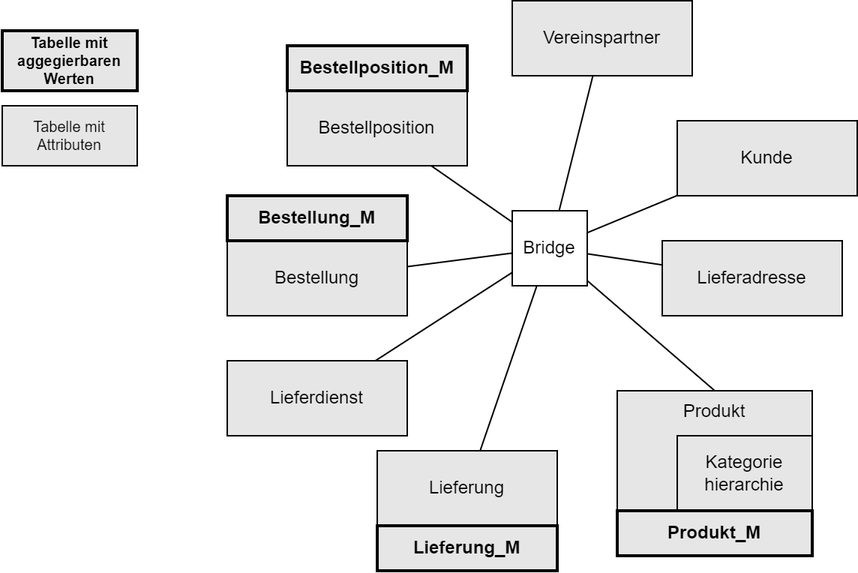
Earlier version of the draw.io export USS_abbildung/img/USS_for_willibald.drawio.png (mattywausb/Willibald-Data). Source tidied: cells renumbered, new cells last; positions are measured from the earlier drawing's top-left corner, leaving out a move shared by most shapes.
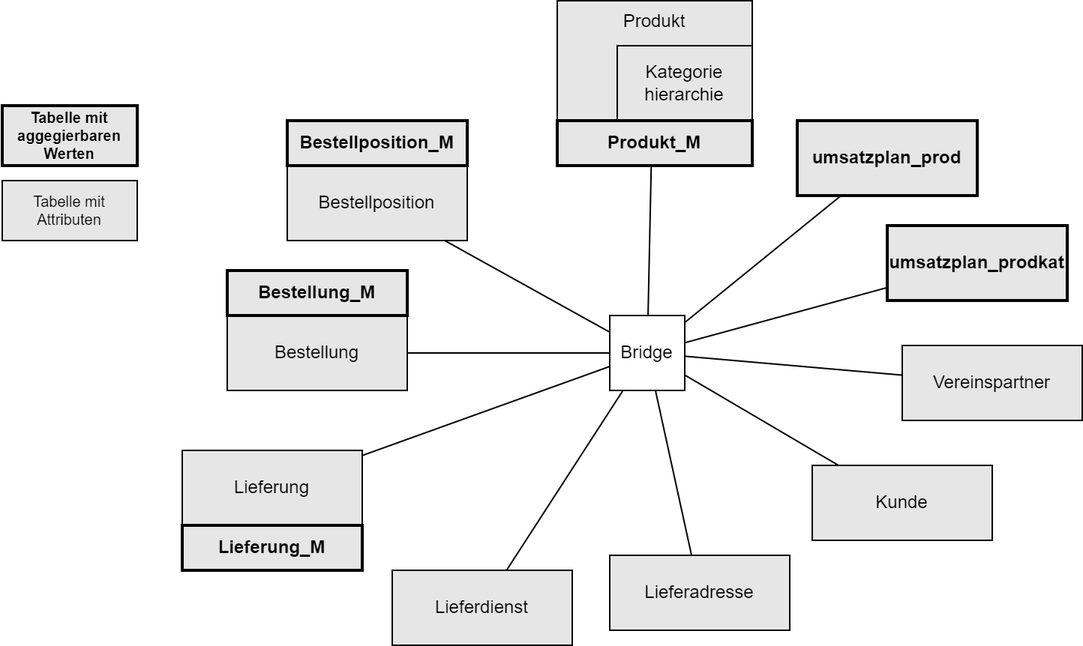
The same diagram one commit later.

Commit message:
Diagramme anagepasst

Change to the diagram source:
```diff
@@ -14,8 +14,14 @@
     <mxCell id="5" style="edgeStyle=none;shape=connector;rounded=0;jettySize=auto;html=1;strokeColor=default;align=center;verticalAlign=middle;fontFamily=Helvetica;fontSize=11;fontColor=default;labelBackgroundColor=default;endArrow=none;endFill=0;entryX=0.5;entryY=0;entryDx=0;entryDy=0;" parent="1" edge="1" source="6" target="14">
       <mxGeometry relative="1" as="geometry" />
     </mxCell>
+    <mxCell id="26" style="edgeStyle=none;shape=connector;rounded=0;jettySize=auto;html=1;strokeColor=default;align=center;verticalAlign=middle;fontFamily=Helvetica;fontSize=11;fontColor=default;labelBackgroundColor=default;endArrow=none;endFill=0;" parent="1" edge="1" source="6" target="29">
+      <mxGeometry relative="1" as="geometry" />
+    </mxCell>
+    <mxCell id="27" style="edgeStyle=none;shape=connector;rounded=0;jettySize=auto;html=1;strokeColor=default;align=center;verticalAlign=middle;fontFamily=Helvetica;fontSize=11;fontColor=default;labelBackgroundColor=default;endArrow=none;endFill=0;" parent="1" edge="1" source="6" target="28">
+      <mxGeometry relative="1" as="geometry" />
+    </mxCell>
     <mxCell id="6" value="Bridge" style="rounded=0;whiteSpace=wrap;html=1;" parent="1" vertex="1">
-      <mxGeometry x="340" y="140" width="50" height="50" as="geometry" />
+      <mxGeometry x="405" y="160" width="50" height="50" as="geometry" />
     </mxCell>
     <mxCell id="7" style="rounded=0;jettySize=auto;html=1;endArrow=none;endFill=0;" parent="1" edge="1" source="19" target="6">
       <mxGeometry relative="1" as="geometry" />
@@ -30,22 +36,22 @@
       <mxGeometry relative="1" as="geometry" />
     </mxCell>
     <mxCell id="11" value="Lieferdienst" style="rounded=0;whiteSpace=wrap;html=1;strokeColor=default;align=center;verticalAlign=middle;fontFamily=Helvetica;fontSize=12;fontColor=default;fillColor=#E6E6E6;" parent="1" vertex="1">
-      <mxGeometry x="150" y="240" width="120" height="50" as="geometry" />
+      <mxGeometry x="260" y="330" width="120" height="50" as="geometry" />
     </mxCell>
     <mxCell id="12" value="Lieferadresse" style="rounded=0;whiteSpace=wrap;html=1;strokeColor=default;align=center;verticalAlign=middle;fontFamily=Helvetica;fontSize=12;fontColor=default;fillColor=#E6E6E6;" parent="1" vertex="1">
-      <mxGeometry x="440" y="160" width="120" height="50" as="geometry" />
+      <mxGeometry x="405" y="320" width="120" height="50" as="geometry" />
     </mxCell>
     <mxCell id="13" value="Kunde" style="rounded=0;whiteSpace=wrap;html=1;strokeColor=default;align=center;verticalAlign=middle;fontFamily=Helvetica;fontSize=12;fontColor=default;fillColor=#E6E6E6;" parent="1" vertex="1">
-      <mxGeometry x="450" y="80" width="120" height="50" as="geometry" />
+      <mxGeometry x="540" y="260" width="120" height="50" as="geometry" />
     </mxCell>
     <mxCell id="14" value="Produkt" style="rounded=0;whiteSpace=wrap;html=1;verticalAlign=top;strokeColor=default;align=center;fontFamily=Helvetica;fontSize=12;fontColor=default;fillColor=#E6E6E6;" parent="1" vertex="1">
-      <mxGeometry x="410" y="260" width="130" height="80" as="geometry" />
+      <mxGeometry x="370" y="-50" width="130" height="80" as="geometry" />
     </mxCell>
     <mxCell id="15" value="Vereinspartner" style="rounded=0;whiteSpace=wrap;html=1;strokeColor=default;align=center;verticalAlign=middle;fontFamily=Helvetica;fontSize=12;fontColor=default;fillColor=#E6E6E6;" parent="1" vertex="1">
-      <mxGeometry x="340" width="120" height="50" as="geometry" />
+      <mxGeometry x="600" y="180" width="120" height="50" as="geometry" />
     </mxCell>
     <mxCell id="16" value="Kategorie&lt;div&gt;hierarchie&lt;/div&gt;" style="rounded=0;whiteSpace=wrap;html=1;strokeColor=default;align=center;verticalAlign=middle;fontFamily=Helvetica;fontSize=12;fontColor=default;fillColor=#E6E6E6;" parent="1" vertex="1">
-      <mxGeometry x="450" y="290" width="90" height="50" as="geometry" />
+      <mxGeometry x="410" y="-20" width="90" height="50" as="geometry" />
     </mxCell>
     <mxCell id="17" value="Tabelle mit&lt;div style=&quot;font-size: 10px;&quot;&gt;aggegierbaren&lt;/div&gt;&lt;div style=&quot;font-size: 10px;&quot;&gt;Werten&lt;/div&gt;" style="rounded=0;whiteSpace=wrap;html=1;strokeColor=default;glass=0;shadow=0;strokeWidth=2;fontStyle=1;fillColor=#E6E6E6;fontSize=10;" parent="1" vertex="1">
       <mxGeometry y="20" width="90" height="40" as="geometry" />
@@ -63,16 +69,22 @@
       <mxGeometry x="150" y="130" width="120" height="30" as="geometry" />
     </mxCell>
     <mxCell id="22" value="Produkt_M" style="rounded=0;whiteSpace=wrap;html=1;verticalAlign=middle;strokeColor=default;align=center;fontFamily=Helvetica;fontSize=12;fontColor=default;fillColor=#E6E6E6;shadow=0;glass=0;strokeWidth=2;fontStyle=1;" parent="1" vertex="1">
-      <mxGeometry x="410" y="340" width="130" height="30" as="geometry" />
+      <mxGeometry x="370" y="30" width="130" height="30" as="geometry" />
     </mxCell>
     <mxCell id="23" style="edgeStyle=none;shape=connector;rounded=0;jettySize=auto;html=1;strokeColor=default;align=center;verticalAlign=middle;fontFamily=Helvetica;fontSize=11;fontColor=default;labelBackgroundColor=default;endArrow=none;endFill=0;" parent="1" edge="1" source="24" target="6">
       <mxGeometry relative="1" as="geometry" />
     </mxCell>
     <mxCell id="24" value="Lieferung" style="rounded=0;whiteSpace=wrap;html=1;strokeColor=default;align=center;verticalAlign=middle;fontFamily=Helvetica;fontSize=12;fontColor=default;fillColor=#E6E6E6;" parent="1" vertex="1">
-      <mxGeometry x="250" y="300" width="120" height="50" as="geometry" />
+      <mxGeometry x="120" y="250" width="120" height="50" as="geometry" />
     </mxCell>
     <mxCell id="25" value="Lieferung_M" style="rounded=0;whiteSpace=wrap;html=1;strokeColor=default;align=center;verticalAlign=middle;fontFamily=Helvetica;fontSize=12;fontColor=default;fillColor=#E6E6E6;shadow=0;glass=0;strokeWidth=2;fontStyle=1;" parent="1" vertex="1">
-      <mxGeometry x="250" y="350" width="120" height="30" as="geometry" />
+      <mxGeometry x="120" y="300" width="120" height="30" as="geometry" />
     </mxCell>
+    <mxCell id="28" value="umsatzplan_prod" style="rounded=0;whiteSpace=wrap;html=1;strokeColor=default;align=center;verticalAlign=middle;fontFamily=Helvetica;fontSize=12;fontColor=default;fillColor=#E6E6E6;shadow=0;glass=0;strokeWidth=2;fontStyle=1;" parent="1" vertex="1">
+      <mxGeometry x="530" y="30" width="120" height="50" as="geometry" />
+    </mxCell>
+    <mxCell id="29" value="umsatzplan_prodkat" style="rounded=0;whiteSpace=wrap;html=1;strokeColor=default;align=center;verticalAlign=middle;fontFamily=Helvetica;fontSize=12;fontColor=default;fillColor=#E6E6E6;shadow=0;glass=0;strokeWidth=2;fontStyle=1;" parent="1" vertex="1">
+      <mxGeometry x="590" y="100" width="120" height="50" as="geometry" />
+    </mxCell>
   </root>
 </mxGraphModel>
```
